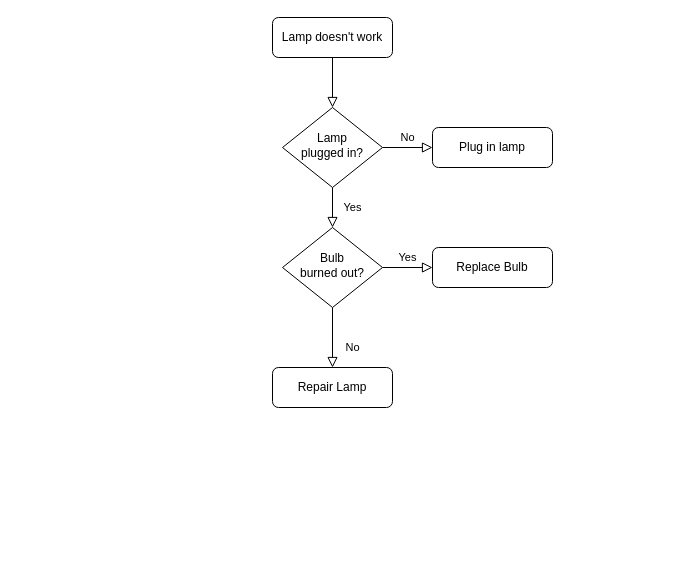
Above: net-Write().drawio in dingiso/TEST_For_Everything (draw.io), before the change. Source tidied: cells renumbered, new cells numbered last; positions are measured from the earlier drawing's top-left corner, leaving out a move shared by most shapes. Both pictures are drawn from the tidied source at 100%, with x=0, y=0 at pixel (272, 17).
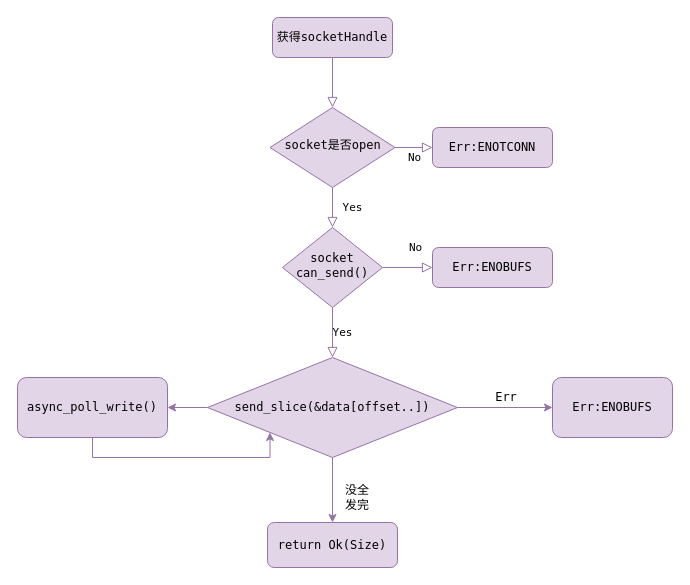
The same diagram, later.

Diff of the diagram source:
```diff
@@
-    <mxCell id="2" style="rounded=0;html=1;jettySize=auto;fontSize=11;endArrow=block;endFill=0;endSize=8;strokeWidth=1;shadow=0;labelBackgroundColor=none;edgeStyle=orthogonalEdgeStyle;" parent="1" edge="1" source="3" target="6">
+    <mxCell id="2" style="rounded=0;html=1;jettySize=auto;fontSize=11;endArrow=block;endFill=0;endSize=8;strokeWidth=1;shadow=0;labelBackgroundColor=none;edgeStyle=orthogonalEdgeStyle;fontFamily=Lucida Console;fillColor=#e1d5e7;strokeColor=#9673a6;" parent="1" edge="1" source="3" target="6">
       <mxGeometry relative="1" as="geometry" />
     </mxCell>
-    <mxCell id="3" value="Lamp doesn't work" style="rounded=1;whiteSpace=wrap;html=1;fontSize=12;glass=0;strokeWidth=1;shadow=0;" parent="1" vertex="1">
+    <mxCell id="3" value="获得socketHandle" style="rounded=1;whiteSpace=wrap;html=1;fontSize=12;glass=0;strokeWidth=1;shadow=0;fontFamily=Lucida Console;fillColor=#e1d5e7;strokeColor=#9673a6;" parent="1" vertex="1">
       <mxGeometry width="120" height="40" as="geometry" />
     </mxCell>
-    <mxCell id="4" value="Yes" style="rounded=0;html=1;jettySize=auto;fontSize=11;endArrow=block;endFill=0;endSize=8;strokeWidth=1;shadow=0;labelBackgroundColor=none;edgeStyle=orthogonalEdgeStyle;" parent="1" edge="1" source="6" target="10">
+    <mxCell id="4" value="Yes" style="rounded=0;html=1;jettySize=auto;fontSize=11;endArrow=block;endFill=0;endSize=8;strokeWidth=1;shadow=0;labelBackgroundColor=none;edgeStyle=orthogonalEdgeStyle;fontFamily=Lucida Console;fillColor=#e1d5e7;strokeColor=#9673a6;" parent="1" edge="1" source="6" target="10">
       <mxGeometry y="20" relative="1" as="geometry" />
     </mxCell>
-    <mxCell id="5" value="No" style="edgeStyle=orthogonalEdgeStyle;rounded=0;html=1;jettySize=auto;fontSize=11;endArrow=block;endFill=0;endSize=8;strokeWidth=1;shadow=0;labelBackgroundColor=none;" parent="1" edge="1" source="6" target="7">
+    <mxCell id="5" value="No" style="edgeStyle=orthogonalEdgeStyle;rounded=0;html=1;jettySize=auto;fontSize=11;endArrow=block;endFill=0;endSize=8;strokeWidth=1;shadow=0;labelBackgroundColor=none;fontFamily=Lucida Console;fillColor=#e1d5e7;strokeColor=#9673a6;" parent="1" edge="1" source="6" target="7">
       <mxGeometry y="10" relative="1" as="geometry" />
     </mxCell>
-    <mxCell id="6" value="Lamp&lt;br&gt;plugged in?" style="rhombus;whiteSpace=wrap;html=1;shadow=0;fontFamily=Helvetica;fontSize=12;align=center;strokeWidth=1;spacing=6;spacingTop=-4;" parent="1" vertex="1">
-      <mxGeometry x="10" y="90" width="100" height="80" as="geometry" />
+    <mxCell id="6" value="socket是否open" style="rhombus;whiteSpace=wrap;html=1;shadow=0;fontFamily=Lucida Console;fontSize=12;align=center;strokeWidth=1;spacing=6;spacingTop=-4;fillColor=#e1d5e7;strokeColor=#9673a6;" parent="1" vertex="1">
+      <mxGeometry x="-2.5" y="90" width="125" height="80" as="geometry" />
     </mxCell>
-    <mxCell id="7" value="Plug in lamp" style="rounded=1;whiteSpace=wrap;html=1;fontSize=12;glass=0;strokeWidth=1;shadow=0;" parent="1" vertex="1">
+    <mxCell id="7" value="Err:ENOTCONN" style="rounded=1;whiteSpace=wrap;html=1;fontSize=12;glass=0;strokeWidth=1;shadow=0;fontFamily=Lucida Console;fillColor=#e1d5e7;strokeColor=#9673a6;" parent="1" vertex="1">
       <mxGeometry x="160" y="110" width="120" height="40" as="geometry" />
     </mxCell>
-    <mxCell id="8" value="No" style="rounded=0;html=1;jettySize=auto;fontSize=11;endArrow=block;endFill=0;endSize=8;strokeWidth=1;shadow=0;labelBackgroundColor=none;edgeStyle=orthogonalEdgeStyle;" parent="1" edge="1" source="10" target="11">
+    <mxCell id="8" value="No" style="rounded=0;html=1;jettySize=auto;fontSize=11;endArrow=block;endFill=0;endSize=8;strokeWidth=1;shadow=0;labelBackgroundColor=none;edgeStyle=orthogonalEdgeStyle;fontFamily=Lucida Console;fillColor=#e1d5e7;strokeColor=#9673a6;" parent="1" edge="1" source="10" target="11">
       <mxGeometry x="0.33" y="20" relative="1" as="geometry" />
     </mxCell>
-    <mxCell id="9" value="Yes" style="edgeStyle=orthogonalEdgeStyle;rounded=0;html=1;jettySize=auto;fontSize=11;endArrow=block;endFill=0;endSize=8;strokeWidth=1;shadow=0;labelBackgroundColor=none;" parent="1" edge="1" source="10" target="12">
+    <mxCell id="9" value="Yes" style="edgeStyle=orthogonalEdgeStyle;rounded=0;html=1;jettySize=auto;fontSize=11;endArrow=block;endFill=0;endSize=8;strokeWidth=1;shadow=0;labelBackgroundColor=none;fontFamily=Lucida Console;fillColor=#e1d5e7;strokeColor=#9673a6;" parent="1" edge="1" source="10" target="16">
       <mxGeometry y="10" relative="1" as="geometry" />
     </mxCell>
-    <mxCell id="10" value="Bulb&lt;br&gt;burned out?" style="rhombus;whiteSpace=wrap;html=1;shadow=0;fontFamily=Helvetica;fontSize=12;align=center;strokeWidth=1;spacing=6;spacingTop=-4;" parent="1" vertex="1">
+    <mxCell id="10" value="socket can_send()" style="rhombus;whiteSpace=wrap;html=1;shadow=0;fontFamily=Lucida Console;fontSize=12;align=center;strokeWidth=1;spacing=6;spacingTop=-4;fillColor=#e1d5e7;strokeColor=#9673a6;" parent="1" vertex="1">
       <mxGeometry x="10" y="210" width="100" height="80" as="geometry" />
     </mxCell>
-    <mxCell id="11" value="Repair Lamp" style="rounded=1;whiteSpace=wrap;html=1;fontSize=12;glass=0;strokeWidth=1;shadow=0;" parent="1" vertex="1">
-      <mxGeometry y="350" width="120" height="40" as="geometry" />
+    <mxCell id="11" value="Err:ENOBUFS" style="rounded=1;whiteSpace=wrap;html=1;fontSize=12;glass=0;strokeWidth=1;shadow=0;fontFamily=Lucida Console;fillColor=#e1d5e7;strokeColor=#9673a6;" parent="1" vertex="1">
+      <mxGeometry x="160" y="230" width="120" height="40" as="geometry" />
     </mxCell>
-    <mxCell id="12" value="Replace Bulb" style="rounded=1;whiteSpace=wrap;html=1;fontSize=12;glass=0;strokeWidth=1;shadow=0;" parent="1" vertex="1">
-      <mxGeometry x="160" y="230" width="120" height="40" as="geometry" />
-    </mxCell>
+    <mxCell id="13" style="edgeStyle=orthogonalEdgeStyle;rounded=0;jettySize=auto;html=1;entryX=0;entryY=0.5;entryDx=0;entryDy=0;fontFamily=Lucida Console;fillColor=#e1d5e7;strokeColor=#9673a6;" parent="1" edge="1" source="16" target="17">
+      <mxGeometry relative="1" as="geometry" />
+    </mxCell>
+    <mxCell id="14" style="edgeStyle=orthogonalEdgeStyle;rounded=0;jettySize=auto;html=1;entryX=0.5;entryY=0;entryDx=0;entryDy=0;fontFamily=Lucida Console;fillColor=#e1d5e7;strokeColor=#9673a6;" parent="1" edge="1" source="16" target="19">
+      <mxGeometry relative="1" as="geometry" />
+    </mxCell>
+    <mxCell id="15" style="edgeStyle=orthogonalEdgeStyle;rounded=0;jettySize=auto;html=1;entryX=1;entryY=0.5;entryDx=0;entryDy=0;fontFamily=Lucida Console;fillColor=#e1d5e7;strokeColor=#9673a6;" parent="1" edge="1" source="16" target="22">
+      <mxGeometry relative="1" as="geometry" />
+    </mxCell>
+    <mxCell id="16" value="send_slice(&amp;amp;data[offset..])" style="rhombus;whiteSpace=wrap;html=1;fontFamily=Lucida Console;fillColor=#e1d5e7;strokeColor=#9673a6;" parent="1" vertex="1">
+      <mxGeometry x="-65" y="340" width="250" height="100" as="geometry" />
+    </mxCell>
+    <mxCell id="17" value="Err:ENOBUFS" style="rounded=1;whiteSpace=wrap;html=1;fontFamily=Lucida Console;fillColor=#e1d5e7;strokeColor=#9673a6;" parent="1" vertex="1">
+      <mxGeometry x="280" y="360" width="120" height="60" as="geometry" />
+    </mxCell>
+    <mxCell id="18" value="Err" style="text;html=1;align=center;verticalAlign=middle;whiteSpace=wrap;rounded=0;fontFamily=Lucida Console;" parent="1" vertex="1">
+      <mxGeometry x="213.5" y="370" width="40" height="20" as="geometry" />
+    </mxCell>
+    <mxCell id="19" value="return Ok(Size)" style="rounded=1;whiteSpace=wrap;html=1;fontFamily=Lucida Console;fillColor=#e1d5e7;strokeColor=#9673a6;" parent="1" vertex="1">
+      <mxGeometry x="-5" y="505" width="130" height="45" as="geometry" />
+    </mxCell>
+    <mxCell id="20" value="没全发完" style="text;html=1;align=center;verticalAlign=middle;whiteSpace=wrap;rounded=0;fontFamily=Lucida Console;" parent="1" vertex="1">
+      <mxGeometry x="70" y="470" width="30" height="20" as="geometry" />
+    </mxCell>
+    <mxCell id="21" style="edgeStyle=orthogonalEdgeStyle;rounded=0;jettySize=auto;html=1;fontFamily=Lucida Console;entryX=0;entryY=1;entryDx=0;entryDy=0;fillColor=#e1d5e7;strokeColor=#9673a6;" parent="1" edge="1" source="22" target="16">
+      <mxGeometry relative="1" as="geometry">
+        <Array as="points">
+          <mxPoint x="-180" y="440" />
+          <mxPoint x="-2" y="440" />
+        </Array>
+      </mxGeometry>
+    </mxCell>
+    <mxCell id="22" value="async_poll_write()" style="rounded=1;whiteSpace=wrap;html=1;fontFamily=Lucida Console;fillColor=#e1d5e7;strokeColor=#9673a6;" parent="1" vertex="1">
+      <mxGeometry x="-255" y="360" width="150" height="60" as="geometry" />
+    </mxCell>
```
